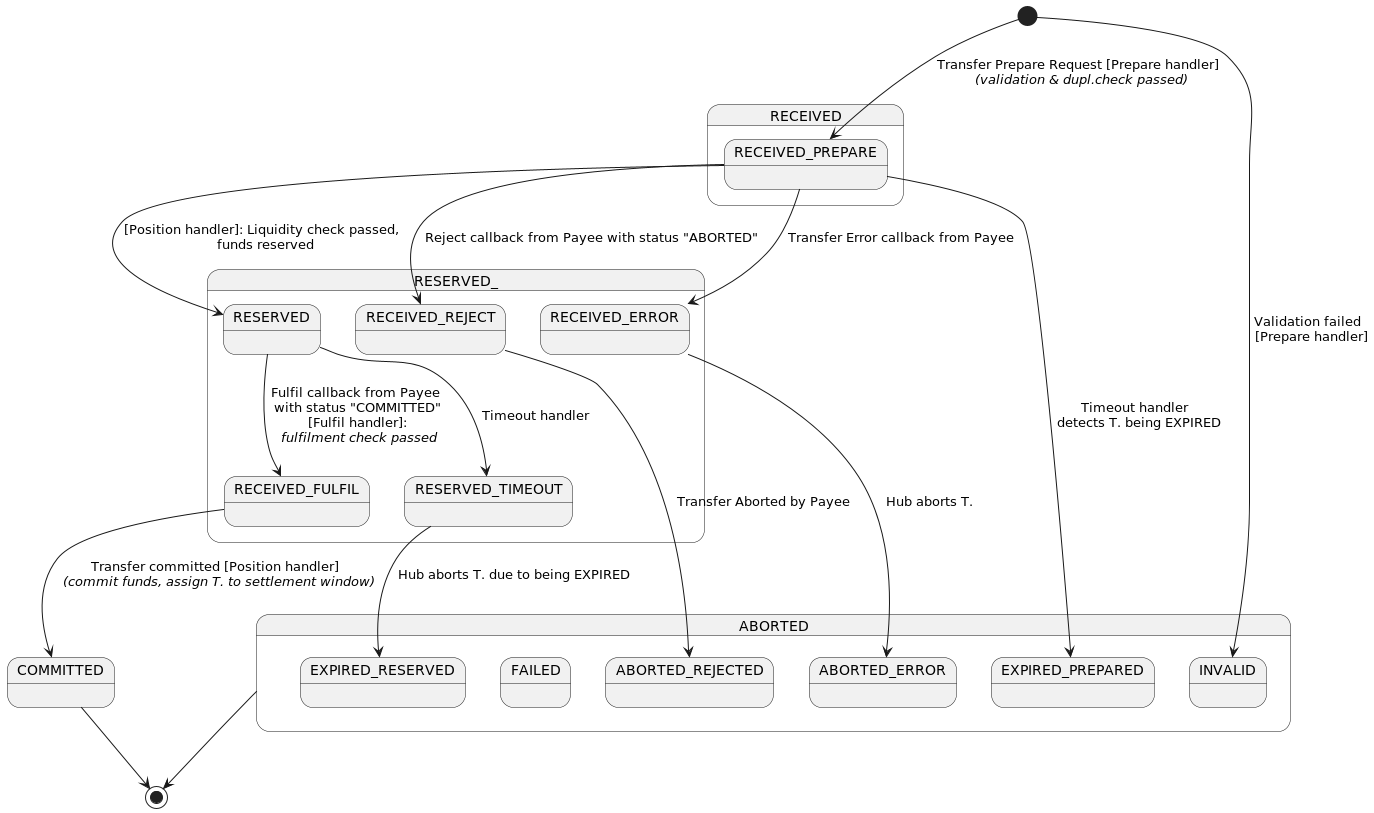
mojaloop/central-ledger keeps this PlantUML diagram as documentation/state-diagrams/transfer-internal-states-diagram.png. Above is the earlier version.
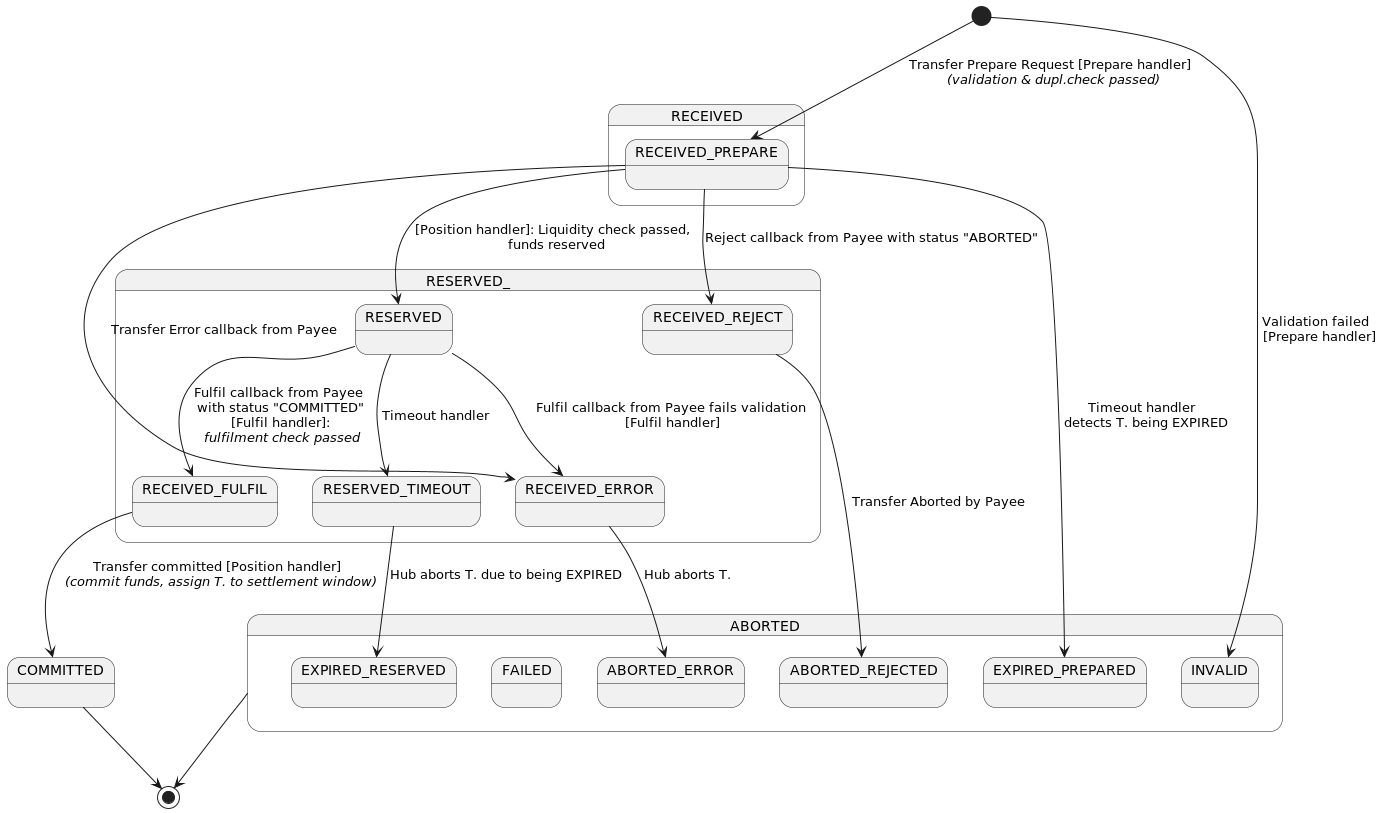
The same diagram one commit later.

Commit message:
feat(mojaloop/#3818): added transfer state diagrams

Diff of the diagram source:
```diff
@@ -49,6 +49,7 @@
 RECEIVED_PREPARE --> EXPIRED_PREPARED : Timeout handler \n detects T. being EXPIRED
 
 RESERVED --> RECEIVED_FULFIL : Fulfil callback from Payee \n with status "COMMITTED" \n [Fulfil handler]: \n <i>fulfilment check passed</i>
+RESERVED --> RECEIVED_ERROR : Fulfil callback from Payee fails validation\n [Fulfil handler]
 RESERVED --> RESERVED_TIMEOUT : Timeout handler
 RESERVED_TIMEOUT --> EXPIRED_RESERVED : Hub aborts T. due to being EXPIRED
 
```
